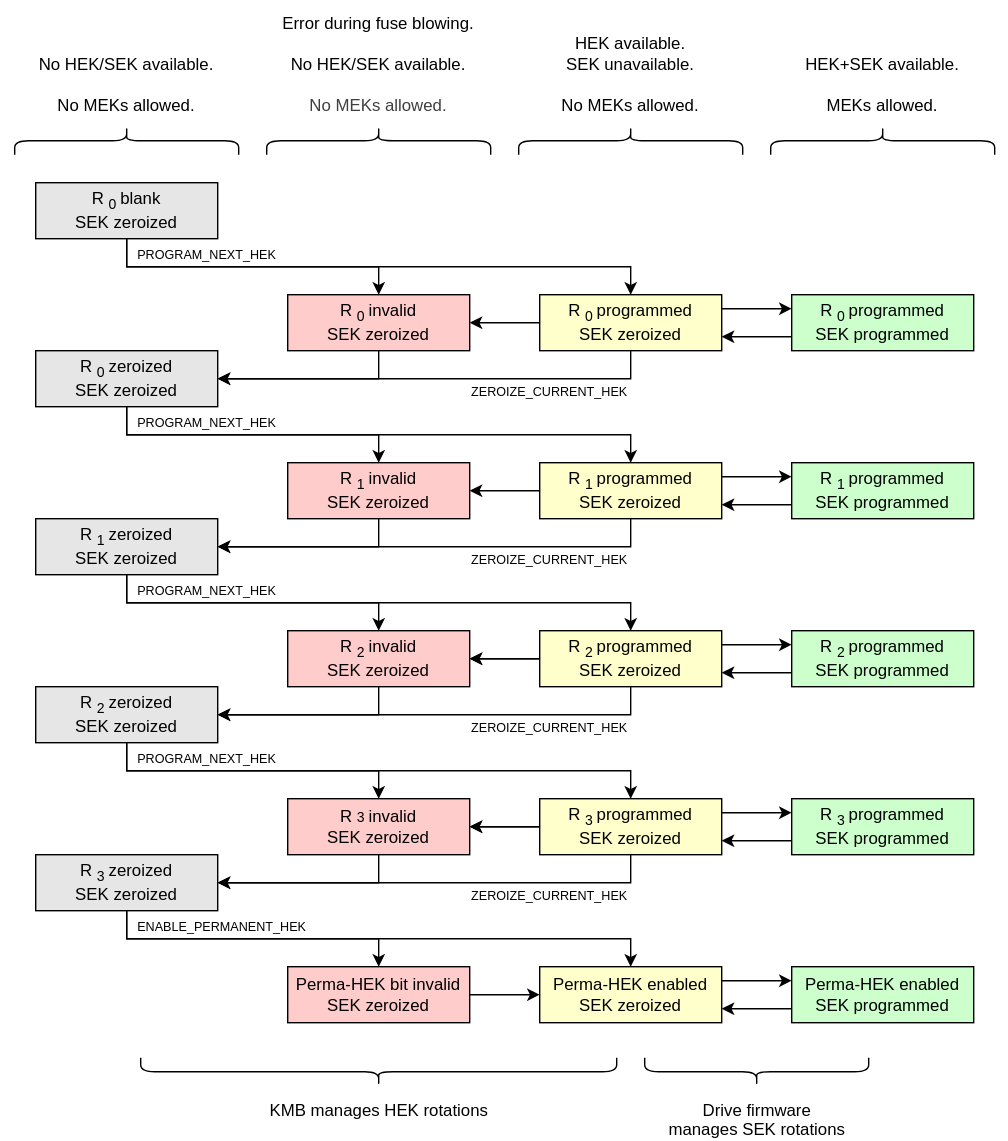
Earlier version of the draw.io export doc/ocp_lock/diagrams/hek_sek_rotation.drawio.svg (chipsalliance/Caliptra). Source tidied: cells renumbered, new cells last; positions are measured from the earlier drawing's top-left corner, leaving out a move shared by most shapes.
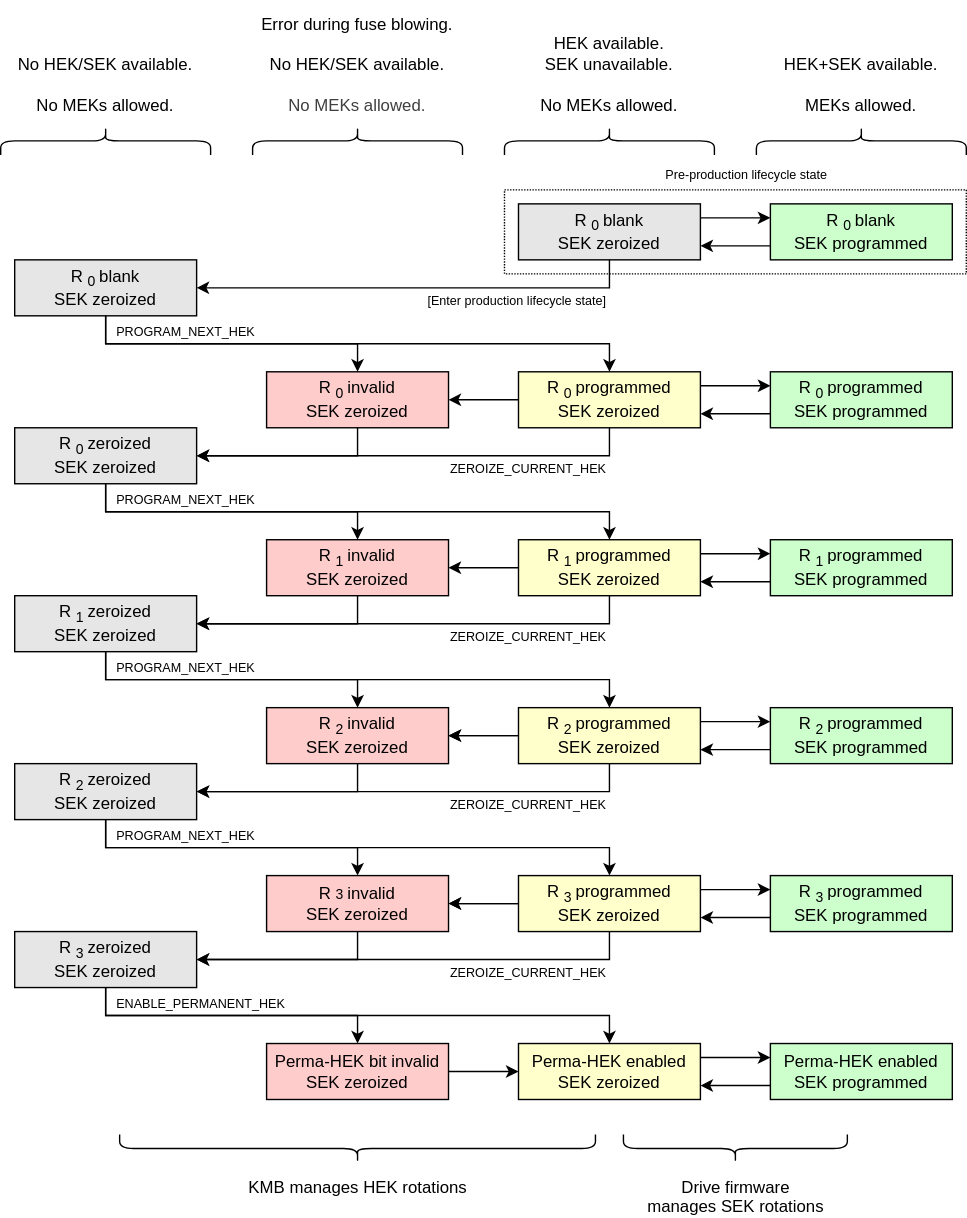
The same diagram one commit later.

The edit, as a diff of the source:
```diff
@@ -172,28 +172,28 @@
       <mxGeometry x="565" y="690" width="130" height="40" as="geometry" />
     </mxCell>
     <mxCell id="47" value="No HEK/SEK available.&lt;div&gt;&lt;font color=&quot;#000000&quot;&gt;&lt;br&gt;&lt;/font&gt;&lt;div&gt;No MEKs allowed.&lt;/div&gt;&lt;/div&gt;" style="rounded=0;whiteSpace=wrap;html=1;fillColor=none;dashed=1;strokeColor=none;horizontal=1;verticalAlign=bottom;dashPattern=1 2;spacingBottom=6;" parent="1" vertex="1">
-      <mxGeometry width="180" height="90" as="geometry" />
+      <mxGeometry x="15" y="-55" width="150" height="90" as="geometry" />
     </mxCell>
     <mxCell id="48" value="&lt;div&gt;&lt;span style=&quot;background-color: transparent;&quot;&gt;Error during fuse blowing.&lt;/span&gt;&lt;/div&gt;&lt;div&gt;&lt;span style=&quot;background-color: transparent;&quot;&gt;&lt;br&gt;&lt;/span&gt;&lt;/div&gt;&lt;div&gt;&lt;span style=&quot;color: rgb(0, 0, 0);&quot;&gt;No HEK/SEK available.&lt;/span&gt;&lt;span style=&quot;background-color: transparent;&quot;&gt;&lt;/span&gt;&lt;/div&gt;&lt;div&gt;&lt;span style=&quot;background-color: transparent;&quot;&gt;&lt;br&gt;&lt;/span&gt;&lt;/div&gt;&lt;div&gt;&lt;span style=&quot;color: rgb(63, 63, 63);&quot;&gt;No MEKs allowed.&lt;/span&gt;&lt;span style=&quot;background-color: transparent;&quot;&gt;&lt;/span&gt;&lt;/div&gt;" style="rounded=0;whiteSpace=wrap;html=1;fillColor=none;dashed=1;strokeColor=none;horizontal=1;verticalAlign=bottom;dashPattern=1 2;spacingBottom=6;" parent="1" vertex="1">
-      <mxGeometry x="180" width="180" height="90" as="geometry" />
+      <mxGeometry x="195" y="-55" width="150" height="90" as="geometry" />
     </mxCell>
     <mxCell id="49" value="&lt;div&gt;HEK+SEK available.&lt;/div&gt;&lt;div&gt;&lt;br&gt;&lt;/div&gt;&lt;div&gt;MEKs allowed.&lt;/div&gt;" style="rounded=0;whiteSpace=wrap;html=1;fillColor=none;dashed=1;strokeColor=none;horizontal=1;verticalAlign=bottom;dashPattern=1 2;spacingBottom=6;" parent="1" vertex="1">
-      <mxGeometry x="540" width="180" height="90" as="geometry" />
+      <mxGeometry x="555" y="-55" width="150" height="90" as="geometry" />
     </mxCell>
     <mxCell id="50" value="&lt;div&gt;HEK available.&lt;/div&gt;&lt;div&gt;SEK unavailable.&lt;/div&gt;&lt;div&gt;&lt;br&gt;&lt;/div&gt;&lt;div&gt;No MEKs allowed.&lt;/div&gt;" style="rounded=0;whiteSpace=wrap;html=1;fillColor=none;dashed=1;strokeColor=none;horizontal=1;verticalAlign=bottom;dashPattern=1 2;spacingBottom=6;" parent="1" vertex="1">
-      <mxGeometry x="360" width="180" height="90" as="geometry" />
+      <mxGeometry x="375" y="-55" width="150" height="90" as="geometry" />
     </mxCell>
     <mxCell id="51" style="shape=curlyBracket;whiteSpace=wrap;html=1;rounded=1;flipH=1;labelPosition=right;verticalLabelPosition=middle;align=left;verticalAlign=middle;rotation=-90;" parent="1" vertex="1">
-      <mxGeometry x="260" y="20" width="20" height="160" as="geometry" />
+      <mxGeometry x="260" y="-30" width="20" height="150" as="geometry" />
     </mxCell>
     <mxCell id="52" style="shape=curlyBracket;whiteSpace=wrap;html=1;rounded=1;flipH=1;labelPosition=right;verticalLabelPosition=middle;align=left;verticalAlign=middle;rotation=-90;" parent="1" vertex="1">
-      <mxGeometry x="80" y="20" width="20" height="160" as="geometry" />
+      <mxGeometry x="80" y="-30" width="20" height="150" as="geometry" />
     </mxCell>
     <mxCell id="53" style="shape=curlyBracket;whiteSpace=wrap;html=1;rounded=1;flipH=1;labelPosition=right;verticalLabelPosition=middle;align=left;verticalAlign=middle;rotation=-90;" parent="1" vertex="1">
-      <mxGeometry x="620" y="20" width="20" height="160" as="geometry" />
+      <mxGeometry x="620" y="-30" width="20" height="150" as="geometry" />
     </mxCell>
     <mxCell id="54" style="shape=curlyBracket;whiteSpace=wrap;html=1;rounded=1;flipH=1;labelPosition=right;verticalLabelPosition=middle;align=left;verticalAlign=middle;rotation=-90;" parent="1" vertex="1">
-      <mxGeometry x="440" y="20" width="20" height="160" as="geometry" />
+      <mxGeometry x="440" y="-30" width="20" height="150" as="geometry" />
     </mxCell>
     <mxCell id="55" value="&lt;div&gt;Drive firmware&lt;/div&gt;&lt;div&gt;manages SEK rotations&lt;/div&gt;" style="rounded=0;whiteSpace=wrap;html=1;fillColor=none;dashed=1;strokeColor=none;horizontal=1;verticalAlign=top;dashPattern=1 2;spacingBottom=0;spacingTop=4;" parent="1" vertex="1">
       <mxGeometry x="412.5" y="775" width="255" height="40" as="geometry" />
@@ -259,7 +259,7 @@
       <mxGeometry x="90" y="652" width="150" height="20" as="geometry" />
     </mxCell>
     <mxCell id="75" value="ZEROIZE_CURRENT_HEK" style="rounded=0;whiteSpace=wrap;html=1;fillColor=none;dashed=1;strokeColor=none;horizontal=1;verticalAlign=middle;dashPattern=1 2;spacingBottom=0;fontSize=9;align=right;" parent="1" vertex="1">
-      <mxGeometry x="312" y="270" width="138" height="20" as="geometry" />
+      <mxGeometry x="315" y="270" width="135" height="20" as="geometry" />
     </mxCell>
     <mxCell id="76" value="ZEROIZE_CURRENT_HEK" style="rounded=0;whiteSpace=wrap;html=1;fillColor=none;dashed=1;strokeColor=none;horizontal=1;verticalAlign=middle;dashPattern=1 2;spacingBottom=0;fontSize=9;align=right;" parent="1" vertex="1">
       <mxGeometry x="312" y="390" width="138" height="20" as="geometry" />
@@ -270,5 +270,34 @@
     <mxCell id="78" value="ZEROIZE_CURRENT_HEK" style="rounded=0;whiteSpace=wrap;html=1;fillColor=none;dashed=1;strokeColor=none;horizontal=1;verticalAlign=middle;dashPattern=1 2;spacingBottom=0;fontSize=9;align=right;" parent="1" vertex="1">
       <mxGeometry x="312" y="630" width="138" height="20" as="geometry" />
     </mxCell>
+    <mxCell id="79" value="&lt;div&gt;&lt;font color=&quot;#000000&quot;&gt;R&lt;sub&gt;0&lt;/sub&gt;&amp;nbsp;&lt;/font&gt;&lt;span style=&quot;color: rgb(0, 0, 0); background-color: transparent;&quot;&gt;blank&lt;/span&gt;&lt;/div&gt;&lt;div&gt;&lt;font color=&quot;#000000&quot;&gt;SEK&amp;nbsp;&lt;span style=&quot;color: rgb(0, 0, 0);&quot;&gt;zeroized&lt;/span&gt;&lt;/font&gt;&lt;span style=&quot;background-color: transparent;&quot;&gt;&amp;nbsp;&lt;/span&gt;&lt;/div&gt;" style="rounded=0;whiteSpace=wrap;html=1;align=center;verticalAlign=middle;shadow=0;glass=0;spacingLeft=0;spacingBottom=0;spacingTop=0;fillColor=#E6E6E6;" parent="1" vertex="1">
+      <mxGeometry x="385" y="90" width="130" height="40" as="geometry" />
+    </mxCell>
+    <mxCell id="80" value="&lt;div&gt;&lt;font color=&quot;#000000&quot;&gt;R&lt;sub&gt;0&lt;/sub&gt;&amp;nbsp;blank&lt;/font&gt;&lt;/div&gt;&lt;div&gt;&lt;font color=&quot;#000000&quot;&gt;SEK programmed&lt;/font&gt;&lt;/div&gt;" style="rounded=0;whiteSpace=wrap;html=1;align=center;verticalAlign=middle;shadow=0;glass=0;spacingLeft=0;spacingBottom=0;spacingTop=0;fillColor=#CCFFCC;" parent="1" vertex="1">
+      <mxGeometry x="565" y="90" width="130" height="40" as="geometry" />
+    </mxCell>
+    <mxCell id="81" style="endArrow=classic;html=1;exitX=1;exitY=0.25;exitDx=0;exitDy=0;entryX=0;entryY=0.25;entryDx=0;entryDy=0;startSize=6;endSize=6;" parent="1" edge="1" source="79" target="80">
+      <mxGeometry relative="1" as="geometry" />
+    </mxCell>
+    <mxCell id="82" style="endArrow=classic;html=1;exitX=0;exitY=0.75;exitDx=0;exitDy=0;entryX=1;entryY=0.75;entryDx=0;entryDy=0;startSize=6;endSize=6;" parent="1" edge="1" source="80" target="79">
+      <mxGeometry relative="1" as="geometry" />
+    </mxCell>
+    <mxCell id="83" style="edgeStyle=elbowEdgeStyle;elbow=vertical;endArrow=classic;html=1;rounded=0;endSize=6;startSize=6;exitX=0.5;exitY=1;exitDx=0;exitDy=0;entryX=1;entryY=0.5;entryDx=0;entryDy=0;" parent="1" edge="1" target="2">
+      <mxGeometry relative="1" as="geometry">
+        <mxPoint x="450" y="130" as="sourcePoint" />
+        <Array as="points">
+          <mxPoint x="405" y="150" />
+        </Array>
+      </mxGeometry>
+    </mxCell>
+    <mxCell id="84" value="[Enter production lifecycle state]" style="rounded=0;whiteSpace=wrap;html=1;fillColor=none;dashed=1;strokeColor=none;horizontal=1;verticalAlign=middle;dashPattern=1 2;spacingBottom=0;fontSize=9;align=right;" parent="1" vertex="1">
+      <mxGeometry x="315" y="150" width="135" height="20" as="geometry" />
+    </mxCell>
+    <mxCell id="85" style="rounded=0;whiteSpace=wrap;html=1;align=center;verticalAlign=middle;shadow=0;glass=0;spacingLeft=0;spacingBottom=0;spacingTop=0;fillColor=none;dashed=1;dashPattern=1 1;" parent="1" vertex="1">
+      <mxGeometry x="375" y="80" width="330" height="60" as="geometry" />
+    </mxCell>
+    <mxCell id="86" value="Pre-production lifecycle state" style="rounded=0;whiteSpace=wrap;html=1;fillColor=none;dashed=1;strokeColor=none;horizontal=1;verticalAlign=middle;dashPattern=1 2;spacingBottom=0;fontSize=9;align=right;" parent="1" vertex="1">
+      <mxGeometry x="472.5" y="60" width="135" height="20" as="geometry" />
+    </mxCell>
   </root>
 </mxGraphModel>
```
